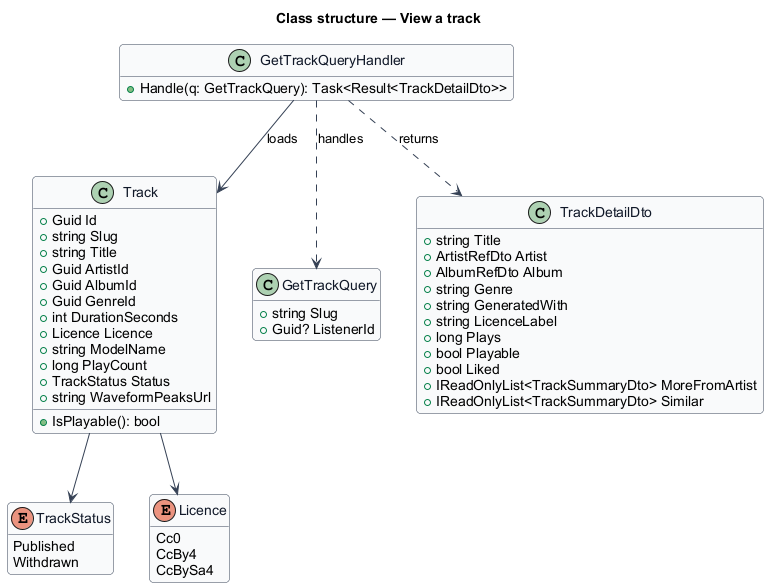
The PlantUML diagram docs/detailed-designs/catalogue/view-track/diagrams/class-structure.png in QuinntyneBrown/hummi, before a commit.
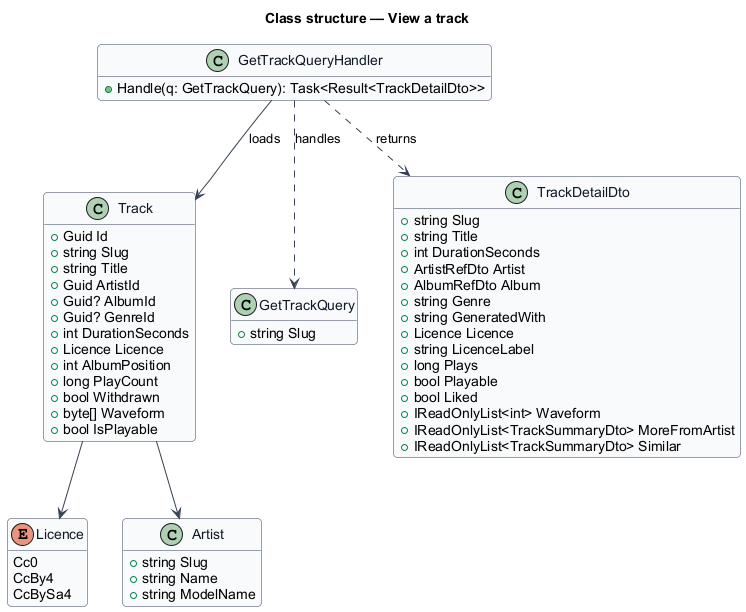
The same diagram one commit later.

Change to the diagram source:
```diff
@@ -12,10 +12,6 @@
 hide empty members
 title Class structure — View a track
 
-enum TrackStatus {
-  Published
-  Withdrawn
-}
 enum Licence {
   Cc0
   CcBy4
@@ -26,36 +22,44 @@
   +string Slug
   +string Title
   +Guid ArtistId
-  +Guid AlbumId
-  +Guid GenreId
+  +Guid? AlbumId
+  +Guid? GenreId
   +int DurationSeconds
   +Licence Licence
+  +int AlbumPosition
+  +long PlayCount
+  +bool Withdrawn
+  +byte[] Waveform
+  +bool IsPlayable
+}
+class Artist {
+  +string Slug
+  +string Name
   +string ModelName
-  +long PlayCount
-  +TrackStatus Status
-  +string WaveformPeaksUrl
-  +IsPlayable(): bool
 }
-Track --> TrackStatus
 Track --> Licence
+Track --> Artist
 
 class GetTrackQuery {
   +string Slug
-  +Guid? ListenerId
 }
 class GetTrackQueryHandler {
   +Handle(q: GetTrackQuery): Task<Result<TrackDetailDto>>
 }
 class TrackDetailDto {
+  +string Slug
   +string Title
+  +int DurationSeconds
   +ArtistRefDto Artist
   +AlbumRefDto Album
   +string Genre
   +string GeneratedWith
+  +Licence Licence
   +string LicenceLabel
   +long Plays
   +bool Playable
   +bool Liked
+  +IReadOnlyList<int> Waveform
   +IReadOnlyList<TrackSummaryDto> MoreFromArtist
   +IReadOnlyList<TrackSummaryDto> Similar
 }
```
